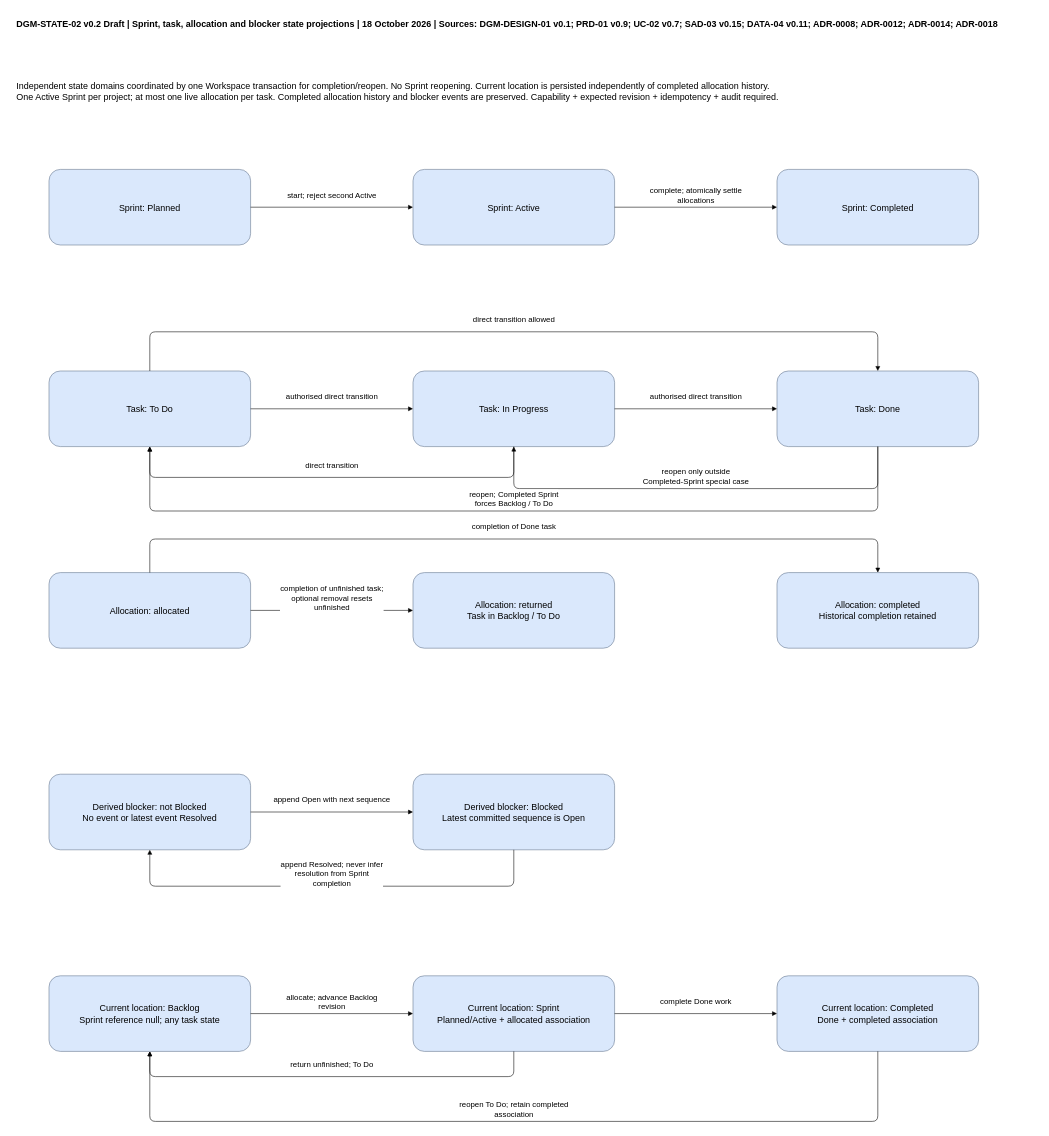
Before: docs/sdlc/diagrams/state/sprint-task-allocation.drawio in 900M100CK/scrum-workspace-KMS-ai, a draw.io diagram. Source tidied: cells renumbered, new cells numbered last; positions are measured from the earlier drawing's top-left corner, leaving out a move shared by most shapes. Both pictures are drawn from the tidied source at 56%, with x=0, y=0 at pixel (10, 10).
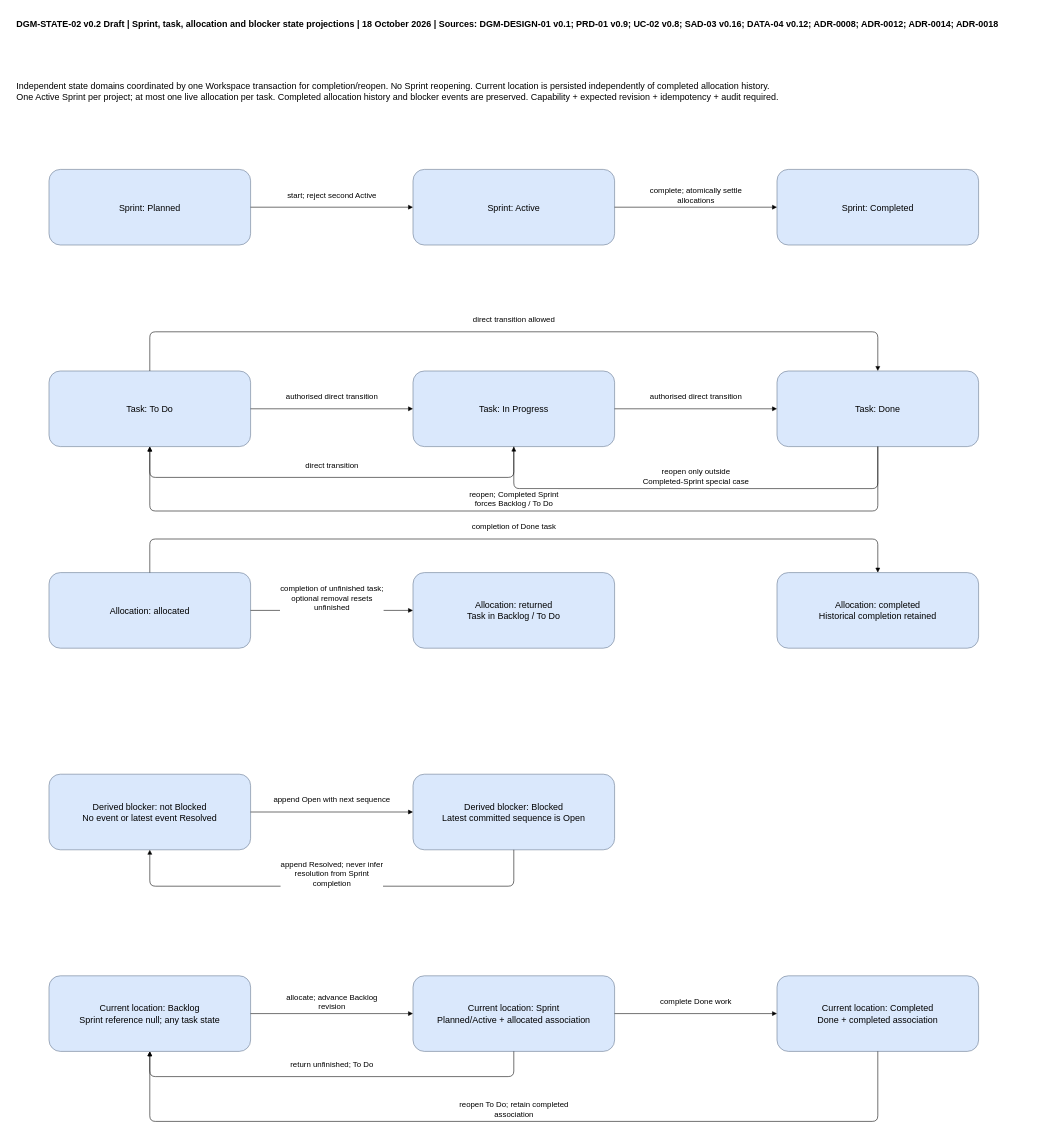
The same page after the edit.

What changed in the source:
```diff
@@
-    <mxCell id="32" value="DGM-STATE-02 v0.2 Draft | Sprint, task, allocation and blocker state projections | 18 October 2026 | Sources: DGM-DESIGN-01 v0.1; PRD-01 v0.9; UC-02 v0.7; SAD-03 v0.15; DATA-04 v0.11; ADR-0008; ADR-0012; ADR-0014; ADR-0018" style="text;align=left;fontStyle=1;whiteSpace=wrap;html=1;fontSize=16;spacing=12;" parent="1" vertex="1">
+    <mxCell id="32" value="DGM-STATE-02 v0.2 Draft | Sprint, task, allocation and blocker state projections | 18 October 2026 | Sources: DGM-DESIGN-01 v0.1; PRD-01 v0.9; UC-02 v0.8; SAD-03 v0.16; DATA-04 v0.12; ADR-0008; ADR-0012; ADR-0014; ADR-0018" style="text;align=left;fontStyle=1;whiteSpace=wrap;html=1;fontSize=16;spacing=12;" parent="1" vertex="1">
       <mxGeometry width="1840" height="105" as="geometry" />
     </mxCell>
```
